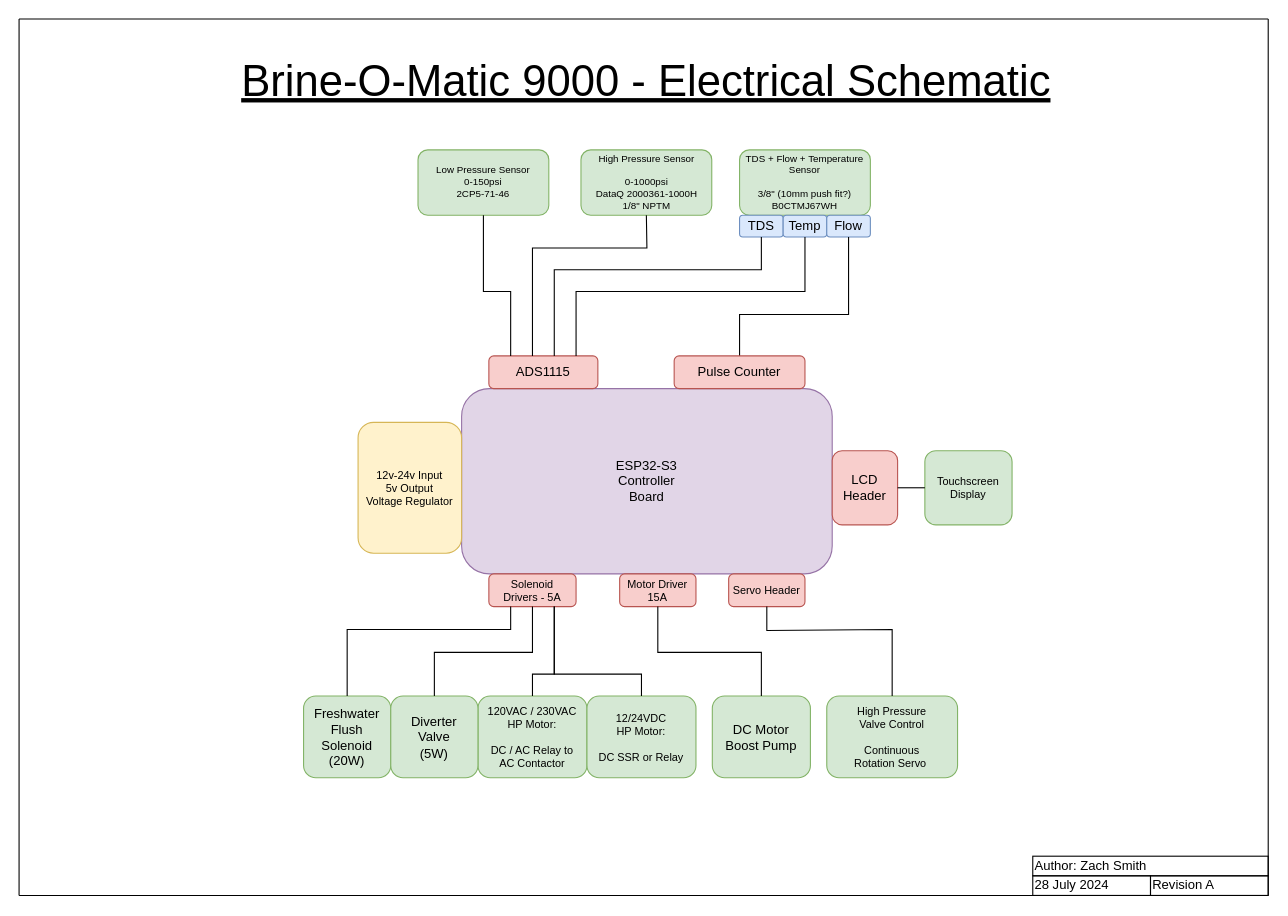
Earlier version of the draw.io diagram page "Electrical" (2 of 5) of Brine-o-Matic 9000.drawio (hoeken/brineomatic). Source tidied: cells renumbered, new cells numbered last; positions are measured from the earlier drawing's top-left corner, leaving out a move shared by most shapes. Both pictures are drawn from the tidied source at 109%, with x=0, y=0 at pixel (19, 19).
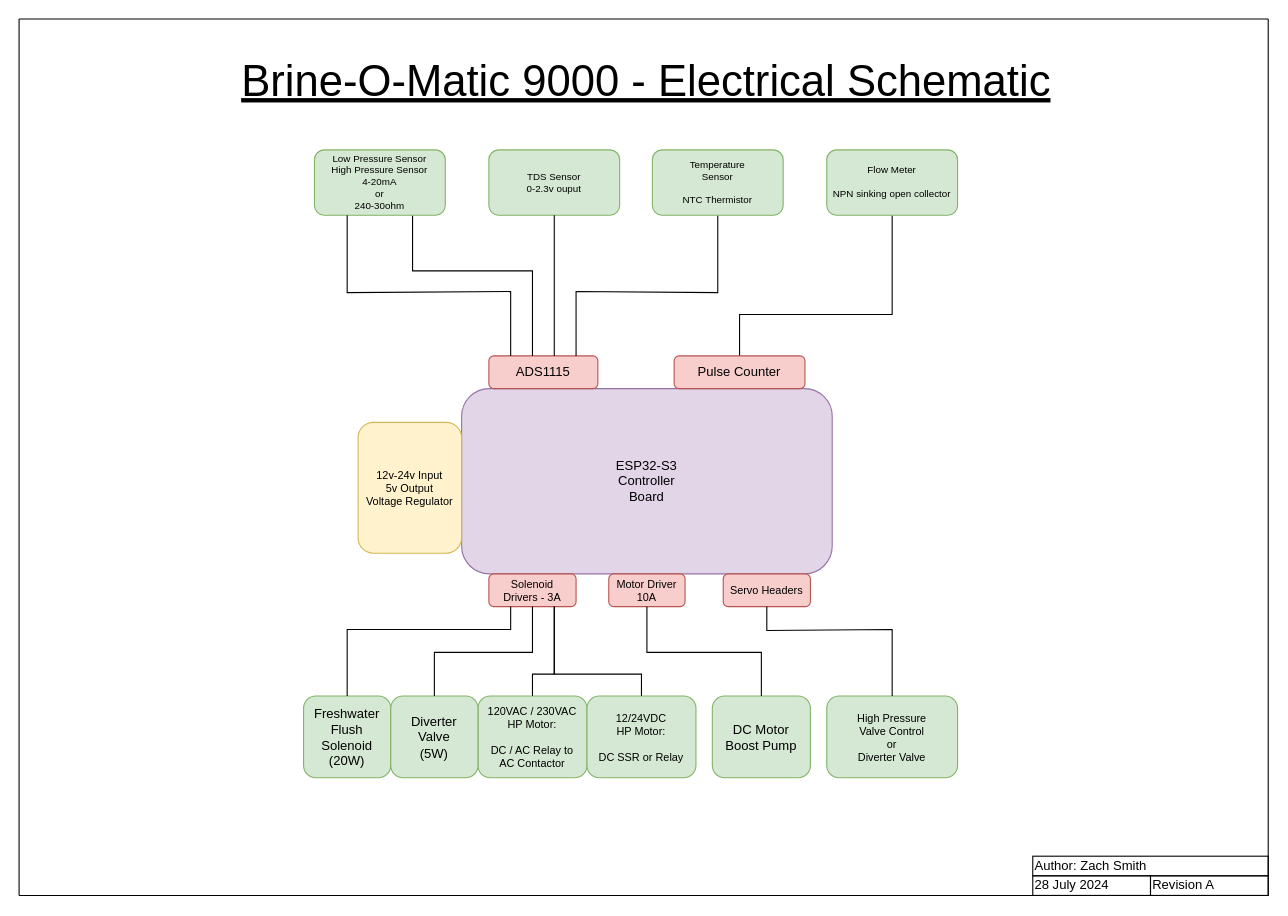
After the change.

Unchanged cells that the change refers to:
```xml
<mxCell id="9" value="ADS1115" style="rounded=1;whiteSpace=wrap;html=1;fillColor=#f8cecc;strokeColor=#b85450;points=[[0,0,0,0,0],[0,0.23,0,0,0],[0,0.5,0,0,0],[0,0.77,0,0,0],[0,1,0,0,0],[0.2,0,0,0,0],[0.25,1,0,0,0],[0.4,0,0,0,0],[0.5,1,0,0,0],[0.6,0,0,0,0],[0.75,1,0,0,0],[0.8,0,0,0,0],[1,0,0,0,0],[1,0.27,0,0,0],[1,0.5,0,0,0],[1,0.77,0,0,0],[1,1,0,0,0]];" parent="1" vertex="1">
  <mxGeometry x="431" y="309" width="100" height="30" as="geometry" />
</mxCell>
<mxCell id="16" value="Pulse Counter" style="rounded=1;whiteSpace=wrap;html=1;fillColor=#f8cecc;strokeColor=#b85450;" parent="1" vertex="1">
  <mxGeometry x="601" y="309" width="120" height="30" as="geometry" />
</mxCell>
<mxCell id="35" value="DC Motor&lt;br&gt;Boost Pump" style="rounded=1;whiteSpace=wrap;html=1;fillColor=#d5e8d4;strokeColor=#82b366;" parent="1" vertex="1">
  <mxGeometry x="636" y="621" width="90" height="75" as="geometry" />
</mxCell>
```

Change to the diagram source:
```diff
@@
-    <mxCell id="5" value="High Pressure Sensor&lt;br&gt;&lt;br style=&quot;font-size: 9px;&quot;&gt;0-1000psi&lt;br style=&quot;font-size: 9px;&quot;&gt;DataQ 2000361-1000H&lt;br&gt;1/8&quot; NPTM" style="rounded=1;whiteSpace=wrap;html=1;fillColor=#d5e8d4;strokeColor=#82b366;fontSize=9;" parent="1" vertex="1">
-      <mxGeometry x="515.5" y="120" width="120" height="60" as="geometry" />
-    </mxCell>
-    <mxCell id="6" value="High Pressure&lt;br style=&quot;font-size: 10px;&quot;&gt;Valve Control&lt;br style=&quot;font-size: 10px;&quot;&gt;&lt;br style=&quot;font-size: 10px;&quot;&gt;Continuous&lt;br style=&quot;font-size: 10px;&quot;&gt;Rotation Servo&amp;nbsp;" style="rounded=1;whiteSpace=wrap;html=1;fillColor=#d5e8d4;strokeColor=#82b366;fontSize=10;" parent="1" vertex="1">
+    <mxCell id="6" value="High Pressure&lt;br style=&quot;font-size: 10px;&quot;&gt;Valve Control&lt;br&gt;or&lt;br&gt;Diverter Valve" style="rounded=1;whiteSpace=wrap;html=1;fillColor=#d5e8d4;strokeColor=#82b366;fontSize=10;" parent="1" vertex="1">
       <mxGeometry x="741" y="621" width="120" height="75" as="geometry" />
     </mxCell>
-    <mxCell id="7" value="TDS + Flow + Temperature&lt;br style=&quot;font-size: 9px;&quot;&gt;Sensor&lt;br&gt;&lt;br style=&quot;font-size: 9px;&quot;&gt;3/8&quot; (10mm push fit?)&lt;br&gt;B0CTMJ67WH" style="rounded=1;whiteSpace=wrap;html=1;fillColor=#d5e8d4;strokeColor=#82b366;fontSize=9;" parent="1" vertex="1">
-      <mxGeometry x="661" y="120" width="120" height="60" as="geometry" />
+    <mxCell id="7" value="TDS Sensor&lt;br&gt;0-2.3v ouput" style="rounded=1;whiteSpace=wrap;html=1;fillColor=#d5e8d4;strokeColor=#82b366;fontSize=9;" parent="1" vertex="1">
+      <mxGeometry x="431" y="120" width="120" height="60" as="geometry" />
     </mxCell>
@@
-    <mxCell id="10" value="TDS" style="rounded=1;whiteSpace=wrap;html=1;fillColor=#dae8fc;strokeColor=#6c8ebf;" parent="1" vertex="1">
-      <mxGeometry x="661" y="180" width="40" height="20" as="geometry" />
-    </mxCell>
-    <mxCell id="11" value="Temp" style="rounded=1;whiteSpace=wrap;html=1;fillColor=#dae8fc;strokeColor=#6c8ebf;" parent="1" vertex="1">
-      <mxGeometry x="701" y="180" width="40" height="20" as="geometry" />
-    </mxCell>
-    <mxCell id="12" value="Flow" style="rounded=1;whiteSpace=wrap;html=1;fillColor=#dae8fc;strokeColor=#6c8ebf;" parent="1" vertex="1">
-      <mxGeometry x="741" y="180" width="40" height="20" as="geometry" />
-    </mxCell>
-    <mxCell id="13" style="endArrow=none;html=1;rounded=0;entryX=0.5;entryY=1;entryDx=0;entryDy=0;exitX=0.6;exitY=0;exitDx=0;exitDy=0;exitPerimeter=0;" parent="1" edge="1" source="9" target="10">
-      <mxGeometry relative="1" as="geometry">
-        <Array as="points">
-          <mxPoint x="491" y="230" />
-          <mxPoint x="681" y="230" />
-        </Array>
-      </mxGeometry>
+    <mxCell id="13" style="endArrow=none;html=1;rounded=0;entryX=0.5;entryY=1;entryDx=0;entryDy=0;exitX=0.6;exitY=0;exitDx=0;exitDy=0;exitPerimeter=0;" parent="1" edge="1" source="9" target="7">
+      <mxGeometry relative="1" as="geometry" />
     </mxCell>
-    <mxCell id="14" style="endArrow=none;html=1;rounded=0;entryX=0.5;entryY=1;entryDx=0;entryDy=0;exitX=0.8;exitY=0;exitDx=0;exitDy=0;exitPerimeter=0;" parent="1" edge="1" source="9" target="11">
+    <mxCell id="14" style="endArrow=none;html=1;rounded=0;entryX=0.5;entryY=1;entryDx=0;entryDy=0;exitX=0.8;exitY=0;exitDx=0;exitDy=0;exitPerimeter=0;" parent="1" edge="1" source="9" target="43">
       <mxGeometry relative="1" as="geometry">
         <Array as="points">
           <mxPoint x="511" y="250" />
-          <mxPoint x="721" y="250" />
+          <mxPoint x="641" y="251" />
         </Array>
       </mxGeometry>
     </mxCell>
-    <mxCell id="15" style="endArrow=none;html=1;rounded=0;entryX=0.5;entryY=1;entryDx=0;entryDy=0;exitX=0.5;exitY=0;exitDx=0;exitDy=0;" parent="1" edge="1" source="16" target="12">
+    <mxCell id="15" style="endArrow=none;html=1;rounded=0;entryX=0.5;entryY=1;entryDx=0;entryDy=0;exitX=0.5;exitY=0;exitDx=0;exitDy=0;" parent="1" edge="1" source="16" target="44">
       <mxGeometry relative="1" as="geometry">
         <Array as="points">
           <mxPoint x="661" y="271" />
-          <mxPoint x="761" y="271" />
+          <mxPoint x="801" y="271" />
         </Array>
       </mxGeometry>
     </mxCell>
@@
-    <mxCell id="17" style="endArrow=none;html=1;rounded=0;entryX=0.5;entryY=1;entryDx=0;entryDy=0;exitX=0.4;exitY=0;exitDx=0;exitDy=0;exitPerimeter=0;" parent="1" edge="1" source="9" target="5">
+    <mxCell id="17" style="endArrow=none;html=1;rounded=0;entryX=0.75;entryY=1;entryDx=0;entryDy=0;exitX=0.4;exitY=0;exitDx=0;exitDy=0;exitPerimeter=0;" parent="1" edge="1" source="9" target="25">
       <mxGeometry relative="1" as="geometry">
         <Array as="points">
-          <mxPoint x="471" y="210" />
-          <mxPoint x="576" y="210" />
+          <mxPoint x="471" y="231" />
+          <mxPoint x="361" y="231" />
         </Array>
       </mxGeometry>
     </mxCell>
-    <mxCell id="18" value="Solenoid&lt;br style=&quot;font-size: 10px;&quot;&gt;Drivers - 5A" style="rounded=1;whiteSpace=wrap;html=1;fillColor=#f8cecc;strokeColor=#b85450;points=[[0,0,0,0,0],[0,0.23,0,0,0],[0,0.5,0,0,0],[0,0.77,0,0,0],[0,1,0,0,0],[0.2,0,0,0,0],[0.25,1,0,0,0],[0.4,0,0,0,0],[0.5,1,0,0,0],[0.6,0,0,0,0],[0.75,1,0,0,0],[0.8,0,0,0,0],[1,0,0,0,0],[1,0.27,0,0,0],[1,0.5,0,0,0],[1,0.77,0,0,0],[1,1,0,0,0]];fontSize=10;" parent="1" vertex="1">
+    <mxCell id="18" value="Solenoid&lt;br style=&quot;font-size: 10px;&quot;&gt;Drivers - 3A" style="rounded=1;whiteSpace=wrap;html=1;fillColor=#f8cecc;strokeColor=#b85450;points=[[0,0,0,0,0],[0,0.23,0,0,0],[0,0.5,0,0,0],[0,0.77,0,0,0],[0,1,0,0,0],[0.2,0,0,0,0],[0.25,1,0,0,0],[0.4,0,0,0,0],[0.5,1,0,0,0],[0.6,0,0,0,0],[0.75,1,0,0,0],[0.8,0,0,0,0],[1,0,0,0,0],[1,0.27,0,0,0],[1,0.5,0,0,0],[1,0.77,0,0,0],[1,1,0,0,0]];fontSize=10;" parent="1" vertex="1">
       <mxGeometry x="431" y="509" width="80" height="30" as="geometry" />
     </mxCell>
@@
-    <mxCell id="22" value="Servo Header" style="rounded=1;whiteSpace=wrap;html=1;fillColor=#f8cecc;strokeColor=#b85450;points=[[0,0,0,0,0],[0,0.23,0,0,0],[0,0.5,0,0,0],[0,0.77,0,0,0],[0,1,0,0,0],[0.2,0,0,0,0],[0.25,1,0,0,0],[0.4,0,0,0,0],[0.5,1,0,0,0],[0.6,0,0,0,0],[0.75,1,0,0,0],[0.8,0,0,0,0],[1,0,0,0,0],[1,0.27,0,0,0],[1,0.5,0,0,0],[1,0.77,0,0,0],[1,1,0,0,0]];fontSize=10;" parent="1" vertex="1">
-      <mxGeometry x="651" y="509" width="70" height="30" as="geometry" />
+    <mxCell id="22" value="Servo Headers" style="rounded=1;whiteSpace=wrap;html=1;fillColor=#f8cecc;strokeColor=#b85450;points=[[0,0,0,0,0],[0,0.23,0,0,0],[0,0.5,0,0,0],[0,0.77,0,0,0],[0,1,0,0,0],[0.2,0,0,0,0],[0.25,1,0,0,0],[0.4,0,0,0,0],[0.5,1,0,0,0],[0.6,0,0,0,0],[0.75,1,0,0,0],[0.8,0,0,0,0],[1,0,0,0,0],[1,0.27,0,0,0],[1,0.5,0,0,0],[1,0.77,0,0,0],[1,1,0,0,0]];fontSize=10;" parent="1" vertex="1">
+      <mxGeometry x="646" y="509" width="80" height="30" as="geometry" />
     </mxCell>
@@
-    <mxCell id="25" value="Low Pressure Sensor&lt;br&gt;0-150psi&lt;br&gt;2CP5-71-46" style="rounded=1;whiteSpace=wrap;html=1;fillColor=#d5e8d4;strokeColor=#82b366;fontSize=9;" parent="1" vertex="1">
-      <mxGeometry x="366" y="120" width="120" height="60" as="geometry" />
+    <mxCell id="25" value="Low Pressure Sensor&lt;br&gt;High Pressure Sensor&lt;br&gt;4-20mA&lt;br&gt;or&lt;br&gt;240-30ohm" style="rounded=1;whiteSpace=wrap;html=1;fillColor=#d5e8d4;strokeColor=#82b366;fontSize=9;" parent="1" vertex="1">
+      <mxGeometry x="271" y="120" width="120" height="60" as="geometry" />
     </mxCell>
-    <mxCell id="26" style="endArrow=none;html=1;rounded=0;entryX=0.5;entryY=1;entryDx=0;entryDy=0;exitX=0.2;exitY=0;exitDx=0;exitDy=0;exitPerimeter=0;" parent="1" edge="1" source="9" target="25">
+    <mxCell id="26" style="endArrow=none;html=1;rounded=0;entryX=0.25;entryY=1;entryDx=0;entryDy=0;exitX=0.2;exitY=0;exitDx=0;exitDy=0;exitPerimeter=0;" parent="1" edge="1" source="9" target="25">
       <mxGeometry relative="1" as="geometry">
         <Array as="points">
           <mxPoint x="451" y="250" />
-          <mxPoint x="426" y="250" />
+          <mxPoint x="301" y="251" />
         </Array>
       </mxGeometry>
     </mxCell>
@@
-    <mxCell id="36" value="Motor Driver&lt;br&gt;15A" style="rounded=1;whiteSpace=wrap;html=1;fillColor=#f8cecc;strokeColor=#b85450;points=[[0,0,0,0,0],[0,0.23,0,0,0],[0,0.5,0,0,0],[0,0.77,0,0,0],[0,1,0,0,0],[0.2,0,0,0,0],[0.25,1,0,0,0],[0.4,0,0,0,0],[0.5,1,0,0,0],[0.6,0,0,0,0],[0.75,1,0,0,0],[0.8,0,0,0,0],[1,0,0,0,0],[1,0.27,0,0,0],[1,0.5,0,0,0],[1,0.77,0,0,0],[1,1,0,0,0]];fontSize=10;" parent="1" vertex="1">
-      <mxGeometry x="551" y="509" width="70" height="30" as="geometry" />
+    <mxCell id="36" value="Motor Driver&lt;br&gt;10A" style="rounded=1;whiteSpace=wrap;html=1;fillColor=#f8cecc;strokeColor=#b85450;points=[[0,0,0,0,0],[0,0.23,0,0,0],[0,0.5,0,0,0],[0,0.77,0,0,0],[0,1,0,0,0],[0.2,0,0,0,0],[0.25,1,0,0,0],[0.4,0,0,0,0],[0.5,1,0,0,0],[0.6,0,0,0,0],[0.75,1,0,0,0],[0.8,0,0,0,0],[1,0,0,0,0],[1,0.27,0,0,0],[1,0.5,0,0,0],[1,0.77,0,0,0],[1,1,0,0,0]];fontSize=10;" parent="1" vertex="1">
+      <mxGeometry x="541" y="509" width="70" height="30" as="geometry" />
     </mxCell>
     <mxCell id="37" style="endArrow=none;html=1;rounded=0;fontSize=10;exitX=0.5;exitY=1;exitDx=0;exitDy=0;exitPerimeter=0;entryX=0.5;entryY=0;entryDx=0;entryDy=0;" parent="1" edge="1" source="36" target="35">
       <mxGeometry relative="1" as="geometry">
         <Array as="points">
-          <mxPoint x="586" y="581" />
+          <mxPoint x="576" y="581" />
           <mxPoint x="681" y="581" />
         </Array>
       </mxGeometry>
     </mxCell>
@@
-    <mxCell id="40" value="LCD &lt;br&gt;Header" style="rounded=1;whiteSpace=wrap;html=1;fillColor=#f8cecc;strokeColor=#b85450;points=[[0,0,0,0,0],[0,0.23,0,0,0],[0,0.5,0,0,0],[0,0.77,0,0,0],[0,1,0,0,0],[0.2,0,0,0,0],[0.25,1,0,0,0],[0.4,0,0,0,0],[0.5,1,0,0,0],[0.6,0,0,0,0],[0.75,1,0,0,0],[0.8,0,0,0,0],[1,0,0,0,0],[1,0.27,0,0,0],[1,0.5,0,0,0],[1,0.77,0,0,0],[1,1,0,0,0]];rotation=0;" parent="1" vertex="1">
-      <mxGeometry x="746" y="396" width="60" height="68" as="geometry" />
-    </mxCell>
-    <mxCell id="41" value="Touchscreen Display" style="rounded=1;whiteSpace=wrap;html=1;fillColor=#d5e8d4;strokeColor=#82b366;fontSize=10;rotation=0;" parent="1" vertex="1">
-      <mxGeometry x="831" y="396" width="80" height="68" as="geometry" />
-    </mxCell>
-    <mxCell id="42" style="endArrow=none;html=1;rounded=0;entryX=0;entryY=0.5;entryDx=0;entryDy=0;exitX=1;exitY=0.5;exitDx=0;exitDy=0;exitPerimeter=0;" parent="1" edge="1" source="40" target="41">
-      <mxGeometry relative="1" as="geometry" />
-    </mxCell>
+    <mxCell id="43" value="Temperature&lt;br&gt;Sensor&lt;br&gt;&lt;br&gt;NTC Thermistor" style="rounded=1;whiteSpace=wrap;html=1;fillColor=#d5e8d4;strokeColor=#82b366;fontSize=9;" parent="1" vertex="1">
+      <mxGeometry x="581" y="120" width="120" height="60" as="geometry" />
+    </mxCell>
+    <mxCell id="44" value="Flow Meter&lt;br&gt;&lt;br&gt;NPN sinking open collector" style="rounded=1;whiteSpace=wrap;html=1;fillColor=#d5e8d4;strokeColor=#82b366;fontSize=9;" parent="1" vertex="1">
+      <mxGeometry x="741" y="120" width="120" height="60" as="geometry" />
+    </mxCell>
```
